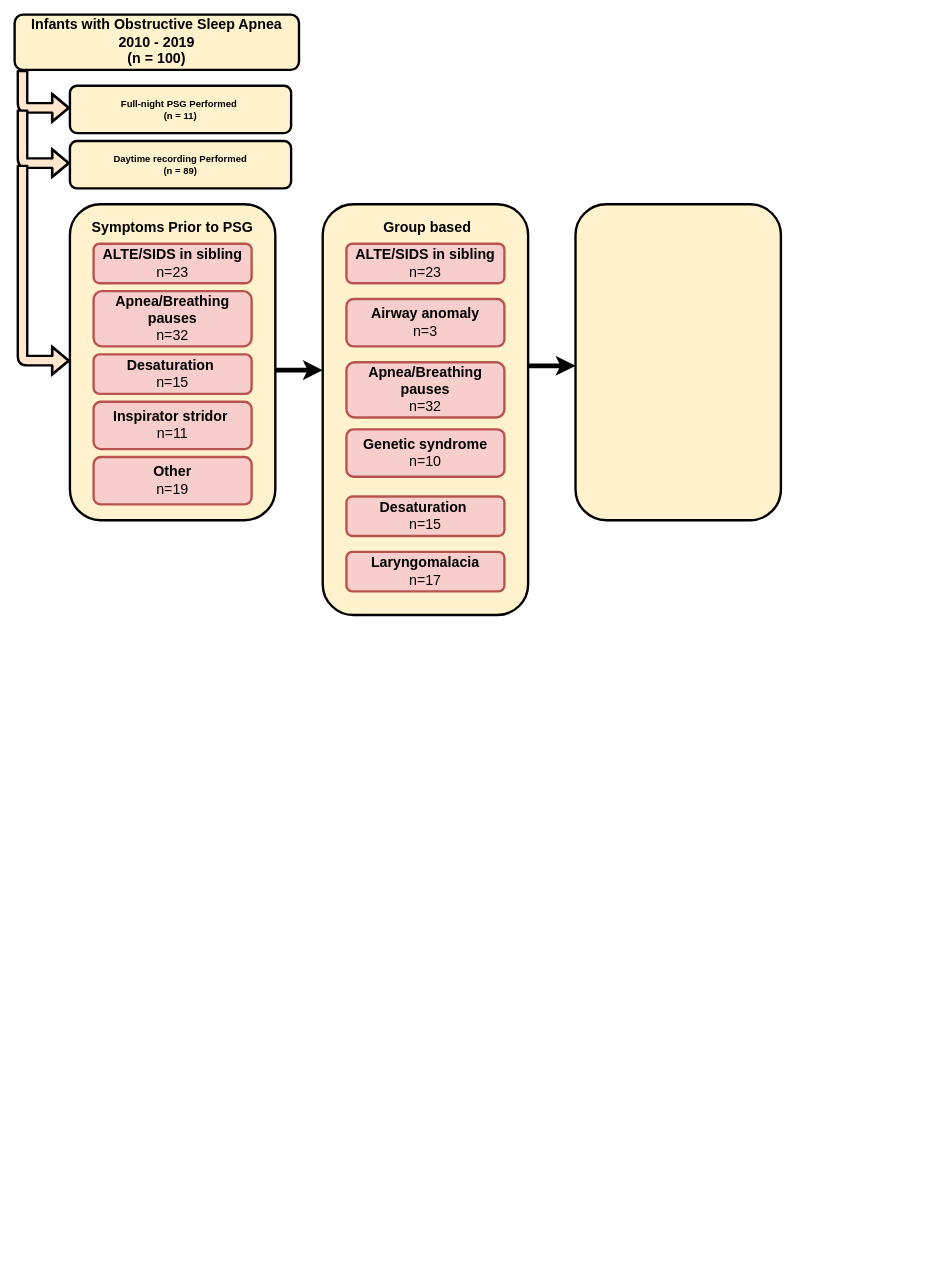
The draw.io diagram infant_OSA_picture221220.drawio in Hanna-Leena/IODS-project, before the edit. Source tidied: cells renumbered, new cells numbered last; positions are measured from the earlier drawing's top-left corner, leaving out a move shared by most shapes. Both pictures are drawn from the tidied source at 79%, with x=0, y=0 at pixel (14, 14).
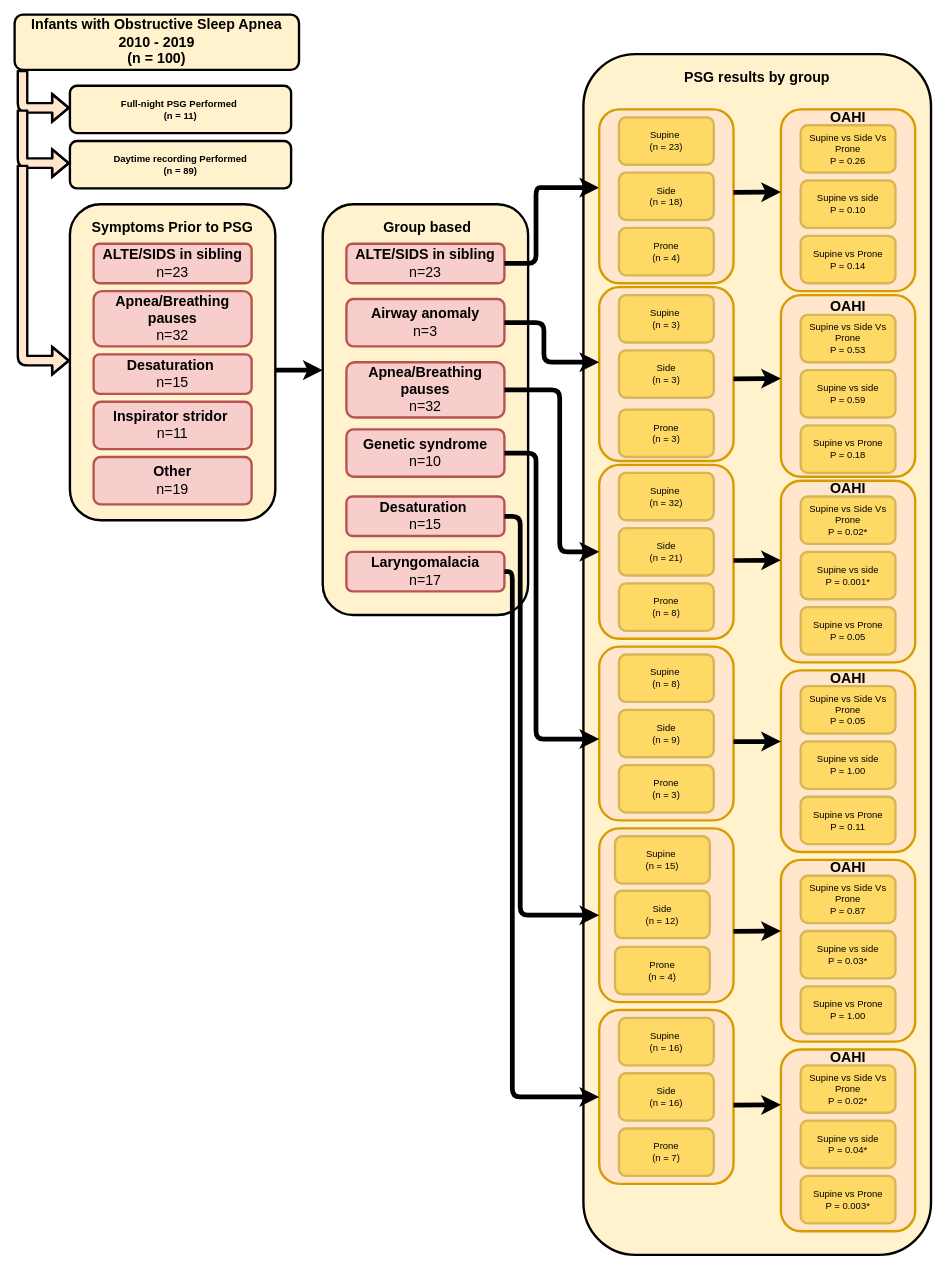
The same page after the edit.

The change refers to these unchanged cells:
```xml
<mxCell id="18" value="&lt;font size=&quot;4&quot;&gt;&lt;b&gt;ALTE/SIDS in sibling&lt;/b&gt;&lt;br&gt;n=23&lt;br&gt;&lt;/font&gt;" style="rounded=1;whiteSpace=wrap;html=1;fillColor=#f8cecc;strokeWidth=3;strokeColor=#b85450;" parent="1" vertex="1">
  <mxGeometry x="420" y="290" width="200" height="50" as="geometry" />
</mxCell>
<mxCell id="19" value="&lt;font size=&quot;4&quot;&gt;&lt;b&gt;Apnea/Breathing pauses&lt;/b&gt;&lt;br&gt;n=32&lt;br&gt;&lt;/font&gt;" style="rounded=1;whiteSpace=wrap;html=1;fillColor=#f8cecc;strokeWidth=3;strokeColor=#b85450;" parent="1" vertex="1">
  <mxGeometry x="420" y="440" width="200" height="70" as="geometry" />
</mxCell>
<mxCell id="20" value="&lt;font size=&quot;4&quot;&gt;&lt;b&gt;Desaturation&amp;nbsp;&lt;/b&gt;&lt;br&gt;n=15&lt;br&gt;&lt;/font&gt;" style="rounded=1;whiteSpace=wrap;html=1;fillColor=#f8cecc;strokeWidth=3;strokeColor=#b85450;" parent="1" vertex="1">
  <mxGeometry x="420" y="610" width="200" height="50" as="geometry" />
</mxCell>
<mxCell id="21" value="&lt;font size=&quot;4&quot;&gt;&lt;b&gt;Airway anomaly&lt;/b&gt;&lt;br&gt;n=3&lt;br&gt;&lt;/font&gt;" style="rounded=1;whiteSpace=wrap;html=1;fillColor=#f8cecc;strokeWidth=3;strokeColor=#b85450;" parent="1" vertex="1">
  <mxGeometry x="420" y="360" width="200" height="60" as="geometry" />
</mxCell>
<mxCell id="22" value="&lt;font size=&quot;4&quot;&gt;&lt;b&gt;Genetic syndrome&lt;/b&gt;&lt;br&gt;n=10&lt;br&gt;&lt;/font&gt;" style="rounded=1;whiteSpace=wrap;html=1;fillColor=#f8cecc;strokeWidth=3;strokeColor=#b85450;" parent="1" vertex="1">
  <mxGeometry x="420" y="525" width="200" height="60" as="geometry" />
</mxCell>
<mxCell id="23" value="&lt;font size=&quot;4&quot;&gt;&lt;b&gt;Laryngomalacia&lt;/b&gt;&lt;br&gt;n=17&lt;br&gt;&lt;/font&gt;" style="rounded=1;whiteSpace=wrap;html=1;fillColor=#f8cecc;strokeWidth=3;strokeColor=#b85450;" parent="1" vertex="1">
  <mxGeometry x="420" y="680" width="200" height="50" as="geometry" />
</mxCell>
```

Diff of the diagram source:
```diff
@@
     <mxCell id="16" style="rounded=1;whiteSpace=wrap;html=1;fillColor=#fff2cc;strokeWidth=3;" parent="1" vertex="1">
-      <mxGeometry x="710" y="240" width="260" height="400" as="geometry" />
+      <mxGeometry x="720" y="50" width="440" height="1520" as="geometry" />
     </mxCell>
@@
-    <mxCell id="25" style="endArrow=classic;html=1;entryX=0;entryY=0.404;entryDx=0;entryDy=0;entryPerimeter=0;strokeWidth=6;" parent="1" edge="1">
-      <mxGeometry relative="1" as="geometry">
-        <mxPoint x="650" y="444.5" as="sourcePoint" />
-        <mxPoint x="710" y="444.6" as="targetPoint" />
-        <Array as="points">
-          <mxPoint x="650" y="444.5" />
-        </Array>
-      </mxGeometry>
-    </mxCell>
+    <mxCell id="26" style="edgeStyle=orthogonalEdgeStyle;rounded=0;orthogonalLoop=1;jettySize=auto;html=1;exitX=0.5;exitY=1;exitDx=0;exitDy=0;strokeWidth=6;" parent="1" edge="1" source="16" target="16">
+      <mxGeometry relative="1" as="geometry" />
+    </mxCell>
+    <mxCell id="27" style="endArrow=classic;html=1;strokeWidth=6;exitX=1;exitY=0.5;exitDx=0;exitDy=0;entryX=0;entryY=0.45;entryDx=0;entryDy=0;entryPerimeter=0;" parent="1" edge="1" source="18" target="28">
+      <mxGeometry relative="1" as="geometry">
+        <Array as="points">
+          <mxPoint x="660" y="315" />
+          <mxPoint x="660" y="219" />
+          <mxPoint x="670" y="219" />
+        </Array>
+      </mxGeometry>
+    </mxCell>
+    <mxCell id="28" style="rounded=1;whiteSpace=wrap;html=1;strokeColor=#d79b00;fillColor=#ffe6cc;strokeWidth=3;" parent="1" vertex="1">
+      <mxGeometry x="740" y="120" width="170" height="220" as="geometry" />
+    </mxCell>
+    <mxCell id="29" value="Supine&amp;nbsp;&lt;br&gt;(n = 23)" style="rounded=1;whiteSpace=wrap;html=1;strokeColor=#d6b656;gradientColor=#ffd966;fillColor=#FFD966;strokeWidth=3;" parent="1" vertex="1">
+      <mxGeometry x="765" y="130" width="120" height="60" as="geometry" />
+    </mxCell>
+    <mxCell id="30" value="Side&lt;br&gt;(n = 18)" style="rounded=1;whiteSpace=wrap;html=1;strokeColor=#d6b656;gradientColor=#ffd966;fillColor=#FFD966;strokeWidth=3;" parent="1" vertex="1">
+      <mxGeometry x="765" y="200" width="120" height="60" as="geometry" />
+    </mxCell>
+    <mxCell id="31" value="Prone&lt;br&gt;(n = 4)" style="rounded=1;whiteSpace=wrap;html=1;gradientColor=#ffd966;fillColor=#FFD966;strokeWidth=3;strokeColor=#D6B656;" parent="1" vertex="1">
+      <mxGeometry x="765" y="270" width="120" height="60" as="geometry" />
+    </mxCell>
+    <mxCell id="32" style="rounded=1;whiteSpace=wrap;html=1;strokeColor=#d79b00;fillColor=#ffe6cc;strokeWidth=3;" parent="1" vertex="1">
+      <mxGeometry x="740" y="345" width="170" height="220" as="geometry" />
+    </mxCell>
+    <mxCell id="33" style="endArrow=classic;html=1;strokeWidth=6;exitX=1;exitY=0.5;exitDx=0;exitDy=0;" parent="1" edge="1" source="21">
+      <mxGeometry relative="1" as="geometry">
+        <mxPoint x="740" y="440" as="targetPoint" />
+        <Array as="points">
+          <mxPoint x="670" y="390" />
+          <mxPoint x="670" y="440" />
+        </Array>
+      </mxGeometry>
+    </mxCell>
+    <mxCell id="34" value="Supine&amp;nbsp;&lt;br&gt;(n = 3)" style="rounded=1;whiteSpace=wrap;html=1;strokeColor=#d6b656;gradientColor=#ffd966;fillColor=#FFD966;strokeWidth=3;" parent="1" vertex="1">
+      <mxGeometry x="765" y="355" width="120" height="60" as="geometry" />
+    </mxCell>
+    <mxCell id="35" value="Side&lt;br&gt;(n = 3)" style="rounded=1;whiteSpace=wrap;html=1;strokeColor=#d6b656;gradientColor=#ffd966;fillColor=#FFD966;strokeWidth=3;" parent="1" vertex="1">
+      <mxGeometry x="765" y="425" width="120" height="60" as="geometry" />
+    </mxCell>
+    <mxCell id="36" value="Prone&lt;br&gt;(n = 3)" style="rounded=1;whiteSpace=wrap;html=1;gradientColor=#ffd966;fillColor=#FFD966;strokeWidth=3;strokeColor=#D6B656;" parent="1" vertex="1">
+      <mxGeometry x="765" y="500" width="120" height="60" as="geometry" />
+    </mxCell>
+    <mxCell id="37" style="rounded=1;whiteSpace=wrap;html=1;strokeColor=#d79b00;fillColor=#ffe6cc;strokeWidth=3;" parent="1" vertex="1">
+      <mxGeometry x="740" y="570" width="170" height="220" as="geometry" />
+    </mxCell>
+    <mxCell id="38" style="endArrow=classic;html=1;strokeWidth=6;exitX=1;exitY=0.5;exitDx=0;exitDy=0;entryX=0;entryY=0.5;entryDx=0;entryDy=0;" parent="1" edge="1" source="19" target="37">
+      <mxGeometry relative="1" as="geometry">
+        <Array as="points">
+          <mxPoint x="690" y="475" />
+          <mxPoint x="690" y="680" />
+        </Array>
+      </mxGeometry>
+    </mxCell>
+    <mxCell id="39" value="&lt;b&gt;&lt;font style=&quot;font-size: 18px&quot;&gt;PSG results by group&lt;/font&gt;&lt;/b&gt;" style="text;html=1;strokeColor=none;fillColor=none;align=center;verticalAlign=middle;whiteSpace=wrap;rounded=0;" parent="1" vertex="1">
+      <mxGeometry x="840" y="70" width="200" height="20" as="geometry" />
+    </mxCell>
+    <mxCell id="40" value="Supine&amp;nbsp;&lt;br&gt;(n = 32)" style="rounded=1;whiteSpace=wrap;html=1;strokeColor=#d6b656;gradientColor=#ffd966;fillColor=#FFD966;strokeWidth=3;" parent="1" vertex="1">
+      <mxGeometry x="765" y="580" width="120" height="60" as="geometry" />
+    </mxCell>
+    <mxCell id="41" value="Side&lt;br&gt;(n = 21)" style="rounded=1;whiteSpace=wrap;html=1;strokeColor=#d6b656;gradientColor=#ffd966;fillColor=#FFD966;strokeWidth=3;" parent="1" vertex="1">
+      <mxGeometry x="765" y="650" width="120" height="60" as="geometry" />
+    </mxCell>
+    <mxCell id="42" value="Prone&lt;br&gt;(n = 8)" style="rounded=1;whiteSpace=wrap;html=1;gradientColor=#ffd966;fillColor=#FFD966;strokeWidth=3;strokeColor=#D6B656;" parent="1" vertex="1">
+      <mxGeometry x="765" y="720" width="120" height="60" as="geometry" />
+    </mxCell>
+    <mxCell id="43" style="rounded=1;whiteSpace=wrap;html=1;strokeColor=#d79b00;fillColor=#ffe6cc;strokeWidth=3;" parent="1" vertex="1">
+      <mxGeometry x="740" y="800" width="170" height="220" as="geometry" />
+    </mxCell>
+    <mxCell id="44" style="endArrow=classic;html=1;strokeWidth=6;exitX=1;exitY=0.5;exitDx=0;exitDy=0;entryX=0;entryY=0.532;entryDx=0;entryDy=0;entryPerimeter=0;" parent="1" edge="1" source="22" target="43">
+      <mxGeometry relative="1" as="geometry">
+        <Array as="points">
+          <mxPoint x="660" y="555" />
+          <mxPoint x="660" y="917" />
+        </Array>
+      </mxGeometry>
+    </mxCell>
+    <mxCell id="45" value="Supine&amp;nbsp;&lt;br&gt;(n = 8)" style="rounded=1;whiteSpace=wrap;html=1;strokeColor=#d6b656;gradientColor=#ffd966;fillColor=#FFD966;strokeWidth=3;" parent="1" vertex="1">
+      <mxGeometry x="765" y="810" width="120" height="60" as="geometry" />
+    </mxCell>
+    <mxCell id="46" value="Side&lt;br&gt;(n = 9)" style="rounded=1;whiteSpace=wrap;html=1;strokeColor=#d6b656;gradientColor=#ffd966;fillColor=#FFD966;strokeWidth=3;" parent="1" vertex="1">
+      <mxGeometry x="765" y="880" width="120" height="60" as="geometry" />
+    </mxCell>
+    <mxCell id="47" value="Prone&lt;br&gt;(n = 3)" style="rounded=1;whiteSpace=wrap;html=1;gradientColor=#ffd966;fillColor=#FFD966;strokeWidth=3;strokeColor=#D6B656;" parent="1" vertex="1">
+      <mxGeometry x="765" y="950" width="120" height="60" as="geometry" />
+    </mxCell>
+    <mxCell id="48" style="rounded=1;whiteSpace=wrap;html=1;strokeColor=#d79b00;fillColor=#ffe6cc;strokeWidth=3;" parent="1" vertex="1">
+      <mxGeometry x="740" y="1030" width="170" height="220" as="geometry" />
+    </mxCell>
+    <mxCell id="49" style="rounded=1;whiteSpace=wrap;html=1;strokeColor=#d79b00;fillColor=#ffe6cc;strokeWidth=3;" parent="1" vertex="1">
+      <mxGeometry x="740" y="1260" width="170" height="220" as="geometry" />
+    </mxCell>
+    <mxCell id="50" style="endArrow=classic;html=1;strokeWidth=6;exitX=1;exitY=0.5;exitDx=0;exitDy=0;entryX=0;entryY=0.5;entryDx=0;entryDy=0;" parent="1" edge="1" source="20" target="48">
+      <mxGeometry relative="1" as="geometry">
+        <Array as="points">
+          <mxPoint x="640" y="635" />
+          <mxPoint x="640" y="1140" />
+        </Array>
+      </mxGeometry>
+    </mxCell>
+    <mxCell id="51" style="endArrow=classic;html=1;strokeWidth=6;entryX=0;entryY=0.5;entryDx=0;entryDy=0;exitX=1;exitY=0.5;exitDx=0;exitDy=0;" parent="1" edge="1" source="23" target="49">
+      <mxGeometry relative="1" as="geometry">
+        <Array as="points">
+          <mxPoint x="630" y="705" />
+          <mxPoint x="630" y="1370" />
+        </Array>
+      </mxGeometry>
+    </mxCell>
+    <mxCell id="52" value="Supine&amp;nbsp;&lt;br&gt;(n = 15)" style="rounded=1;whiteSpace=wrap;html=1;strokeColor=#d6b656;gradientColor=#ffd966;fillColor=#FFD966;strokeWidth=3;" parent="1" vertex="1">
+      <mxGeometry x="760" y="1040" width="120" height="60" as="geometry" />
+    </mxCell>
+    <mxCell id="53" value="Side&lt;br&gt;(n = 12)" style="rounded=1;whiteSpace=wrap;html=1;strokeColor=#d6b656;gradientColor=#ffd966;fillColor=#FFD966;strokeWidth=3;" parent="1" vertex="1">
+      <mxGeometry x="760" y="1109" width="120" height="60" as="geometry" />
+    </mxCell>
+    <mxCell id="54" value="Prone&lt;br&gt;(n = 4)" style="rounded=1;whiteSpace=wrap;html=1;gradientColor=#ffd966;fillColor=#FFD966;strokeWidth=3;strokeColor=#D6B656;" parent="1" vertex="1">
+      <mxGeometry x="760" y="1180" width="120" height="60" as="geometry" />
+    </mxCell>
+    <mxCell id="55" value="Supine&amp;nbsp;&lt;br&gt;(n = 16)" style="rounded=1;whiteSpace=wrap;html=1;strokeColor=#d6b656;gradientColor=#ffd966;fillColor=#FFD966;strokeWidth=3;" parent="1" vertex="1">
+      <mxGeometry x="765" y="1270" width="120" height="60" as="geometry" />
+    </mxCell>
+    <mxCell id="56" value="Side&lt;br&gt;(n = 16)" style="rounded=1;whiteSpace=wrap;html=1;strokeColor=#d6b656;gradientColor=#ffd966;fillColor=#FFD966;strokeWidth=3;" parent="1" vertex="1">
+      <mxGeometry x="765" y="1340" width="120" height="60" as="geometry" />
+    </mxCell>
+    <mxCell id="57" value="Prone&lt;br&gt;(n = 7)" style="rounded=1;whiteSpace=wrap;html=1;gradientColor=#ffd966;fillColor=#FFD966;strokeWidth=3;strokeColor=#D6B656;" parent="1" vertex="1">
+      <mxGeometry x="765" y="1410" width="120" height="60" as="geometry" />
+    </mxCell>
+    <mxCell id="58" style="rounded=1;whiteSpace=wrap;html=1;strokeColor=#d79b00;fillColor=#ffe6cc;strokeWidth=3;" parent="1" vertex="1">
+      <mxGeometry x="970" y="120" width="170" height="230" as="geometry" />
+    </mxCell>
+    <mxCell id="59" style="endArrow=classic;html=1;strokeWidth=6;entryX=0;entryY=0.455;entryDx=0;entryDy=0;entryPerimeter=0;" parent="1" edge="1" target="58">
+      <mxGeometry relative="1" as="geometry">
+        <mxPoint x="910" y="225" as="sourcePoint" />
+      </mxGeometry>
+    </mxCell>
+    <mxCell id="60" value="&lt;font size=&quot;4&quot;&gt;&lt;b&gt;OAHI&lt;/b&gt;&lt;/font&gt;" style="text;html=1;strokeColor=none;fillColor=none;align=center;verticalAlign=middle;whiteSpace=wrap;rounded=0;" parent="1" vertex="1">
+      <mxGeometry x="1035" y="120" width="40" height="20" as="geometry" />
+    </mxCell>
+    <mxCell id="61" value="Supine vs Side Vs Prone&lt;br&gt;P = 0.26" style="rounded=1;whiteSpace=wrap;html=1;strokeColor=#d6b656;gradientColor=#ffd966;fillColor=#FFD966;strokeWidth=3;" parent="1" vertex="1">
+      <mxGeometry x="995" y="140" width="120" height="60" as="geometry" />
+    </mxCell>
+    <mxCell id="62" value="Supine vs side&lt;br&gt;P = 0.10" style="rounded=1;whiteSpace=wrap;html=1;strokeColor=#d6b656;gradientColor=#ffd966;fillColor=#FFD966;strokeWidth=3;" parent="1" vertex="1">
+      <mxGeometry x="995" y="210" width="120" height="60" as="geometry" />
+    </mxCell>
+    <mxCell id="63" value="Supine vs Prone&lt;br&gt;P = 0.14" style="rounded=1;whiteSpace=wrap;html=1;strokeColor=#d6b656;gradientColor=#ffd966;fillColor=#FFD966;strokeWidth=3;" parent="1" vertex="1">
+      <mxGeometry x="995" y="280" width="120" height="60" as="geometry" />
+    </mxCell>
+    <mxCell id="64" style="rounded=1;whiteSpace=wrap;html=1;strokeColor=#d79b00;fillColor=#ffe6cc;strokeWidth=3;" parent="1" vertex="1">
+      <mxGeometry x="970" y="355" width="170" height="230" as="geometry" />
+    </mxCell>
+    <mxCell id="65" style="endArrow=classic;html=1;strokeWidth=6;entryX=0;entryY=0.455;entryDx=0;entryDy=0;entryPerimeter=0;" parent="1" edge="1">
+      <mxGeometry relative="1" as="geometry">
+        <mxPoint x="910" y="461" as="sourcePoint" />
+        <mxPoint x="970" y="460.6" as="targetPoint" />
+      </mxGeometry>
+    </mxCell>
+    <mxCell id="66" value="&lt;font size=&quot;4&quot;&gt;&lt;b&gt;OAHI&lt;/b&gt;&lt;/font&gt;" style="text;html=1;strokeColor=none;fillColor=none;align=center;verticalAlign=middle;whiteSpace=wrap;rounded=0;" parent="1" vertex="1">
+      <mxGeometry x="1035" y="360" width="40" height="20" as="geometry" />
+    </mxCell>
+    <mxCell id="67" value="Supine vs Side Vs Prone&lt;br&gt;P = 0.53" style="rounded=1;whiteSpace=wrap;html=1;strokeColor=#d6b656;gradientColor=#ffd966;fillColor=#FFD966;strokeWidth=3;" parent="1" vertex="1">
+      <mxGeometry x="995" y="380" width="120" height="60" as="geometry" />
+    </mxCell>
+    <mxCell id="68" value="Supine vs side&lt;br&gt;P = 0.59" style="rounded=1;whiteSpace=wrap;html=1;strokeColor=#d6b656;gradientColor=#ffd966;fillColor=#FFD966;strokeWidth=3;" parent="1" vertex="1">
+      <mxGeometry x="995" y="450" width="120" height="60" as="geometry" />
+    </mxCell>
+    <mxCell id="69" value="Supine vs Prone&lt;br&gt;P = 0.18" style="rounded=1;whiteSpace=wrap;html=1;strokeColor=#d6b656;gradientColor=#ffd966;fillColor=#FFD966;strokeWidth=3;" parent="1" vertex="1">
+      <mxGeometry x="995" y="520" width="120" height="60" as="geometry" />
+    </mxCell>
+    <mxCell id="70" style="rounded=1;whiteSpace=wrap;html=1;strokeColor=#d79b00;fillColor=#ffe6cc;strokeWidth=3;" parent="1" vertex="1">
+      <mxGeometry x="970" y="590" width="170" height="230" as="geometry" />
+    </mxCell>
+    <mxCell id="71" style="endArrow=classic;html=1;strokeWidth=6;entryX=0;entryY=0.455;entryDx=0;entryDy=0;entryPerimeter=0;" parent="1" edge="1">
+      <mxGeometry relative="1" as="geometry">
+        <mxPoint x="910" y="691" as="sourcePoint" />
+        <mxPoint x="970" y="690.6" as="targetPoint" />
+      </mxGeometry>
+    </mxCell>
+    <mxCell id="72" value="&lt;font size=&quot;4&quot;&gt;&lt;b&gt;OAHI&lt;/b&gt;&lt;/font&gt;" style="text;html=1;strokeColor=none;fillColor=none;align=center;verticalAlign=middle;whiteSpace=wrap;rounded=0;" parent="1" vertex="1">
+      <mxGeometry x="1035" y="590" width="40" height="20" as="geometry" />
+    </mxCell>
+    <mxCell id="73" value="Supine vs Side Vs Prone&lt;br&gt;P = 0.02*" style="rounded=1;whiteSpace=wrap;html=1;strokeColor=#d6b656;gradientColor=#ffd966;fillColor=#FFD966;strokeWidth=3;" parent="1" vertex="1">
+      <mxGeometry x="995" y="610" width="120" height="60" as="geometry" />
+    </mxCell>
+    <mxCell id="74" value="Supine vs side&lt;br&gt;P = 0.001*" style="rounded=1;whiteSpace=wrap;html=1;strokeColor=#d6b656;gradientColor=#ffd966;fillColor=#FFD966;strokeWidth=3;" parent="1" vertex="1">
+      <mxGeometry x="995" y="680" width="120" height="60" as="geometry" />
+    </mxCell>
+    <mxCell id="75" value="Supine vs Prone&lt;br&gt;P = 0.05" style="rounded=1;whiteSpace=wrap;html=1;strokeColor=#d6b656;gradientColor=#ffd966;fillColor=#FFD966;strokeWidth=3;" parent="1" vertex="1">
+      <mxGeometry x="995" y="750" width="120" height="60" as="geometry" />
+    </mxCell>
+    <mxCell id="76" style="rounded=1;whiteSpace=wrap;html=1;strokeColor=#d79b00;fillColor=#ffe6cc;strokeWidth=3;" parent="1" vertex="1">
+      <mxGeometry x="970" y="830" width="170" height="230" as="geometry" />
+    </mxCell>
+    <mxCell id="77" style="endArrow=classic;html=1;strokeWidth=6;entryX=0;entryY=0.455;entryDx=0;entryDy=0;entryPerimeter=0;" parent="1" edge="1">
+      <mxGeometry relative="1" as="geometry">
+        <mxPoint x="910" y="920.4" as="sourcePoint" />
+        <mxPoint x="970" y="920" as="targetPoint" />
+      </mxGeometry>
+    </mxCell>
+    <mxCell id="78" value="&lt;font size=&quot;4&quot;&gt;&lt;b&gt;OAHI&lt;/b&gt;&lt;/font&gt;" style="text;html=1;strokeColor=none;fillColor=none;align=center;verticalAlign=middle;whiteSpace=wrap;rounded=0;" parent="1" vertex="1">
+      <mxGeometry x="1035" y="830" width="40" height="20" as="geometry" />
+    </mxCell>
+    <mxCell id="79" value="Supine vs Side Vs Prone&lt;br&gt;P = 0.05" style="rounded=1;whiteSpace=wrap;html=1;strokeColor=#d6b656;gradientColor=#ffd966;fillColor=#FFD966;strokeWidth=3;" parent="1" vertex="1">
+      <mxGeometry x="995" y="850" width="120" height="60" as="geometry" />
+    </mxCell>
+    <mxCell id="80" value="Supine vs side&lt;br&gt;P = 1.00" style="rounded=1;whiteSpace=wrap;html=1;strokeColor=#d6b656;gradientColor=#ffd966;fillColor=#FFD966;strokeWidth=3;" parent="1" vertex="1">
+      <mxGeometry x="995" y="920" width="120" height="60" as="geometry" />
+    </mxCell>
+    <mxCell id="81" value="Supine vs Prone&lt;br&gt;P = 0.11" style="rounded=1;whiteSpace=wrap;html=1;strokeColor=#d6b656;gradientColor=#ffd966;fillColor=#FFD966;strokeWidth=3;" parent="1" vertex="1">
+      <mxGeometry x="995" y="990" width="120" height="60" as="geometry" />
+    </mxCell>
+    <mxCell id="82" style="rounded=1;whiteSpace=wrap;html=1;strokeColor=#d79b00;fillColor=#ffe6cc;strokeWidth=3;" parent="1" vertex="1">
+      <mxGeometry x="970" y="1070" width="170" height="230" as="geometry" />
+    </mxCell>
+    <mxCell id="83" style="endArrow=classic;html=1;strokeWidth=6;entryX=0;entryY=0.455;entryDx=0;entryDy=0;entryPerimeter=0;" parent="1" edge="1">
+      <mxGeometry relative="1" as="geometry">
+        <mxPoint x="910" y="1160.4" as="sourcePoint" />
+        <mxPoint x="970" y="1160" as="targetPoint" />
+      </mxGeometry>
+    </mxCell>
+    <mxCell id="84" value="&lt;font size=&quot;4&quot;&gt;&lt;b&gt;OAHI&lt;/b&gt;&lt;/font&gt;" style="text;html=1;strokeColor=none;fillColor=none;align=center;verticalAlign=middle;whiteSpace=wrap;rounded=0;" parent="1" vertex="1">
+      <mxGeometry x="1035" y="1070" width="40" height="20" as="geometry" />
+    </mxCell>
+    <mxCell id="85" value="Supine vs Side Vs Prone&lt;br&gt;P = 0.87" style="rounded=1;whiteSpace=wrap;html=1;strokeColor=#d6b656;gradientColor=#ffd966;fillColor=#FFD966;strokeWidth=3;" parent="1" vertex="1">
+      <mxGeometry x="995" y="1090" width="120" height="60" as="geometry" />
+    </mxCell>
+    <mxCell id="86" value="Supine vs side&lt;br&gt;P = 0.03*" style="rounded=1;whiteSpace=wrap;html=1;strokeColor=#d6b656;gradientColor=#ffd966;fillColor=#FFD966;strokeWidth=3;" parent="1" vertex="1">
+      <mxGeometry x="995" y="1160" width="120" height="60" as="geometry" />
+    </mxCell>
+    <mxCell id="87" value="Supine vs Prone&lt;br&gt;P = 1.00" style="rounded=1;whiteSpace=wrap;html=1;strokeColor=#d6b656;gradientColor=#ffd966;fillColor=#FFD966;strokeWidth=3;" parent="1" vertex="1">
+      <mxGeometry x="995" y="1230" width="120" height="60" as="geometry" />
+    </mxCell>
+    <mxCell id="88" style="rounded=1;whiteSpace=wrap;html=1;strokeColor=#d79b00;fillColor=#ffe6cc;strokeWidth=3;" parent="1" vertex="1">
+      <mxGeometry x="970" y="1310" width="170" height="230" as="geometry" />
+    </mxCell>
+    <mxCell id="89" style="endArrow=classic;html=1;strokeWidth=6;entryX=0;entryY=0.455;entryDx=0;entryDy=0;entryPerimeter=0;" parent="1" edge="1">
+      <mxGeometry relative="1" as="geometry">
+        <mxPoint x="910" y="1380.4" as="sourcePoint" />
+        <mxPoint x="970" y="1380" as="targetPoint" />
+      </mxGeometry>
+    </mxCell>
+    <mxCell id="90" value="&lt;font size=&quot;4&quot;&gt;&lt;b&gt;OAHI&lt;/b&gt;&lt;/font&gt;" style="text;html=1;strokeColor=none;fillColor=none;align=center;verticalAlign=middle;whiteSpace=wrap;rounded=0;" parent="1" vertex="1">
+      <mxGeometry x="1035" y="1310" width="40" height="20" as="geometry" />
+    </mxCell>
+    <mxCell id="91" value="Supine vs Side Vs Prone&lt;br&gt;P = 0.02*" style="rounded=1;whiteSpace=wrap;html=1;strokeColor=#d6b656;gradientColor=#ffd966;fillColor=#FFD966;strokeWidth=3;" parent="1" vertex="1">
+      <mxGeometry x="995" y="1330" width="120" height="60" as="geometry" />
+    </mxCell>
+    <mxCell id="92" value="Supine vs side&lt;br&gt;P = 0.04*" style="rounded=1;whiteSpace=wrap;html=1;strokeColor=#d6b656;gradientColor=#ffd966;fillColor=#FFD966;strokeWidth=3;" parent="1" vertex="1">
+      <mxGeometry x="995" y="1400" width="120" height="60" as="geometry" />
+    </mxCell>
+    <mxCell id="93" value="Supine vs Prone&lt;br&gt;P = 0.003*" style="rounded=1;whiteSpace=wrap;html=1;strokeColor=#d6b656;gradientColor=#ffd966;fillColor=#FFD966;strokeWidth=3;" parent="1" vertex="1">
+      <mxGeometry x="995" y="1470" width="120" height="60" as="geometry" />
+    </mxCell>
```
